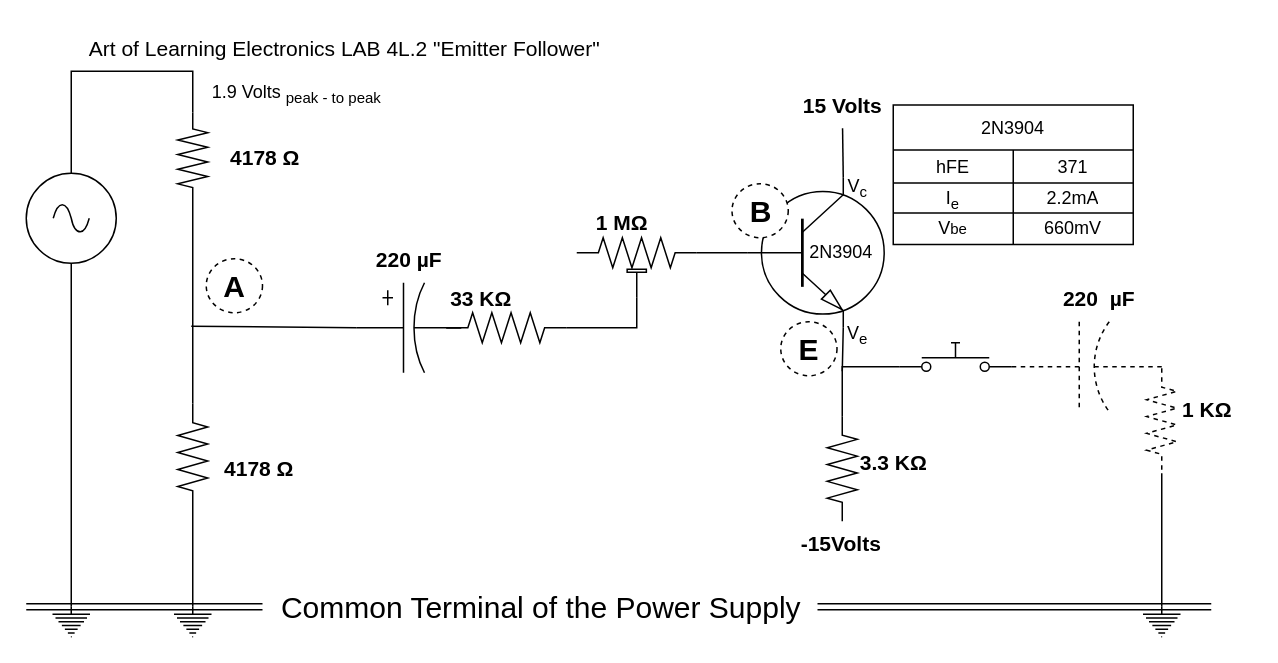
Above: Lab04-EmitterFollower/EmitterFollower.drawio in k3jdr/MyLabsData (draw.io), before the change. Source tidied: cells renumbered, new cells numbered last; positions are measured from the earlier drawing's top-left corner, leaving out a move shared by most shapes. Both pictures are drawn from the tidied source at 150%, with x=0, y=0 at pixel (26, 26).
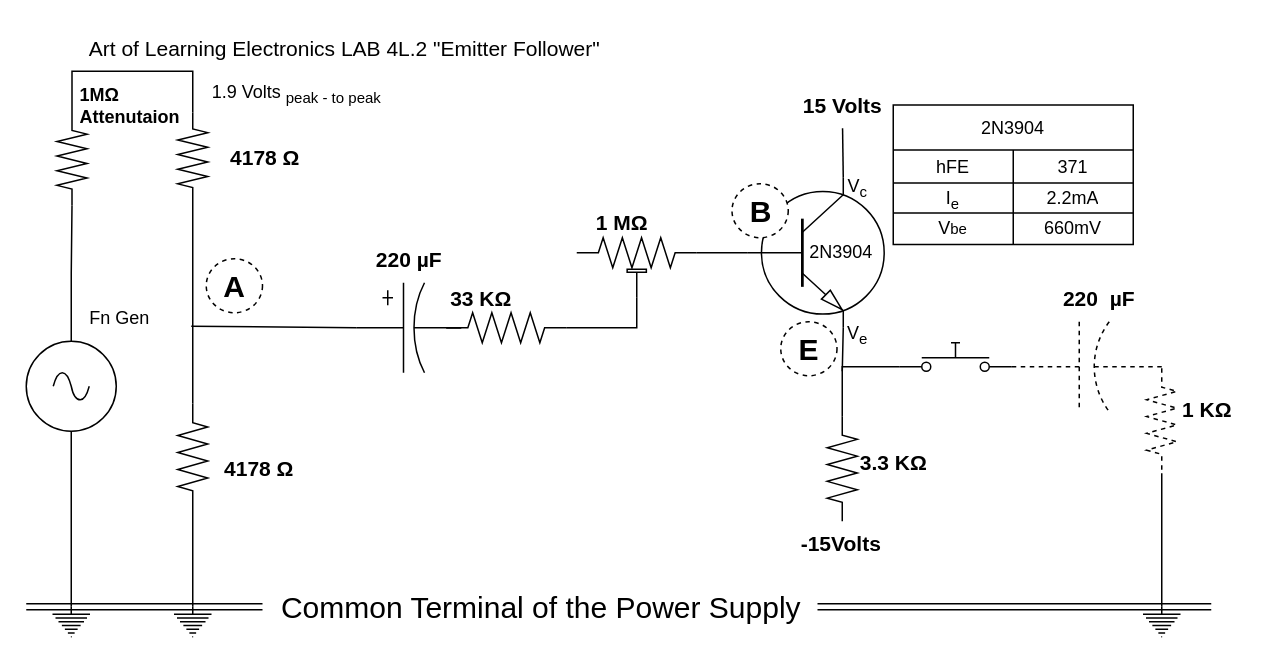
The same diagram, later.

Unchanged cells that the change refers to:
```xml
<mxCell id="33" style="verticalLabelPosition=bottom;shadow=0;dashed=0;align=center;html=1;verticalAlign=top;shape=mxgraph.electrical.resistors.resistor_2;rotation=90;" parent="1" vertex="1">
  <mxGeometry x="80.5" y="78" width="61" height="20" as="geometry" />
</mxCell>
```

Diff of the diagram source:
```diff
@@
+    <mxCell id="59" style="edgeStyle=orthogonalEdgeStyle;rounded=0;jettySize=auto;html=1;endArrow=none;endFill=0;" parent="1" edge="1" source="18" target="62">
+      <mxGeometry relative="1" as="geometry" />
+    </mxCell>
     <mxCell id="18" style="verticalLabelPosition=bottom;shadow=0;dashed=0;align=center;html=1;verticalAlign=top;shape=mxgraph.electrical.signal_sources.source;points=[[0.5,0,0],[1,0.5,0],[0.5,1,0],[0,0.5,0]];elSignalType=ac;strokeWidth=1;" parent="1" vertex="1">
-      <mxGeometry y="98" width="60" height="60" as="geometry" />
+      <mxGeometry y="210" width="60" height="60" as="geometry" />
     </mxCell>
@@
-    <mxCell id="32" style="edgeStyle=orthogonalEdgeStyle;rounded=0;jettySize=auto;html=1;exitX=0;exitY=0.5;exitDx=0;exitDy=0;exitPerimeter=0;entryX=0.5;entryY=0;entryDx=0;entryDy=0;entryPerimeter=0;endArrow=none;endFill=0;" parent="1" edge="1" source="33" target="18">
-      <mxGeometry relative="1" as="geometry">
-        <Array as="points">
-          <mxPoint x="111" y="30" />
-          <mxPoint x="30" y="30" />
-        </Array>
-      </mxGeometry>
-    </mxCell>
@@
+    <mxCell id="60" value="Fn Gen" style="text;html=1;align=center;verticalAlign=middle;strokeColor=none;fillColor=none;" parent="1" vertex="1">
+      <mxGeometry x="32" y="180" width="60" height="30" as="geometry" />
+    </mxCell>
+    <mxCell id="61" style="edgeStyle=orthogonalEdgeStyle;rounded=0;jettySize=auto;html=1;exitX=0;exitY=0.5;exitDx=0;exitDy=0;exitPerimeter=0;entryX=0;entryY=0.5;entryDx=0;entryDy=0;entryPerimeter=0;endArrow=none;endFill=0;" parent="1" edge="1" source="33" target="62">
+      <mxGeometry relative="1" as="geometry">
+        <Array as="points">
+          <mxPoint x="111" y="30" />
+          <mxPoint x="31" y="30" />
+        </Array>
+      </mxGeometry>
+    </mxCell>
+    <mxCell id="62" style="verticalLabelPosition=bottom;shadow=0;dashed=0;align=center;html=1;verticalAlign=top;shape=mxgraph.electrical.resistors.resistor_2;rotation=90;" parent="1" vertex="1">
+      <mxGeometry y="79" width="61" height="20" as="geometry" />
+    </mxCell>
+    <mxCell id="63" value="&lt;b&gt;1MΩ&lt;br&gt;&lt;div style=&quot;&quot;&gt;&lt;b style=&quot;background-color: initial;&quot;&gt;Attenutaion&lt;/b&gt;&lt;/div&gt;&lt;/b&gt;" style="text;html=1;align=left;verticalAlign=middle;strokeColor=none;fillColor=none;" parent="1" vertex="1">
+      <mxGeometry x="33.5" y="33" width="90" height="40" as="geometry" />
+    </mxCell>
```
